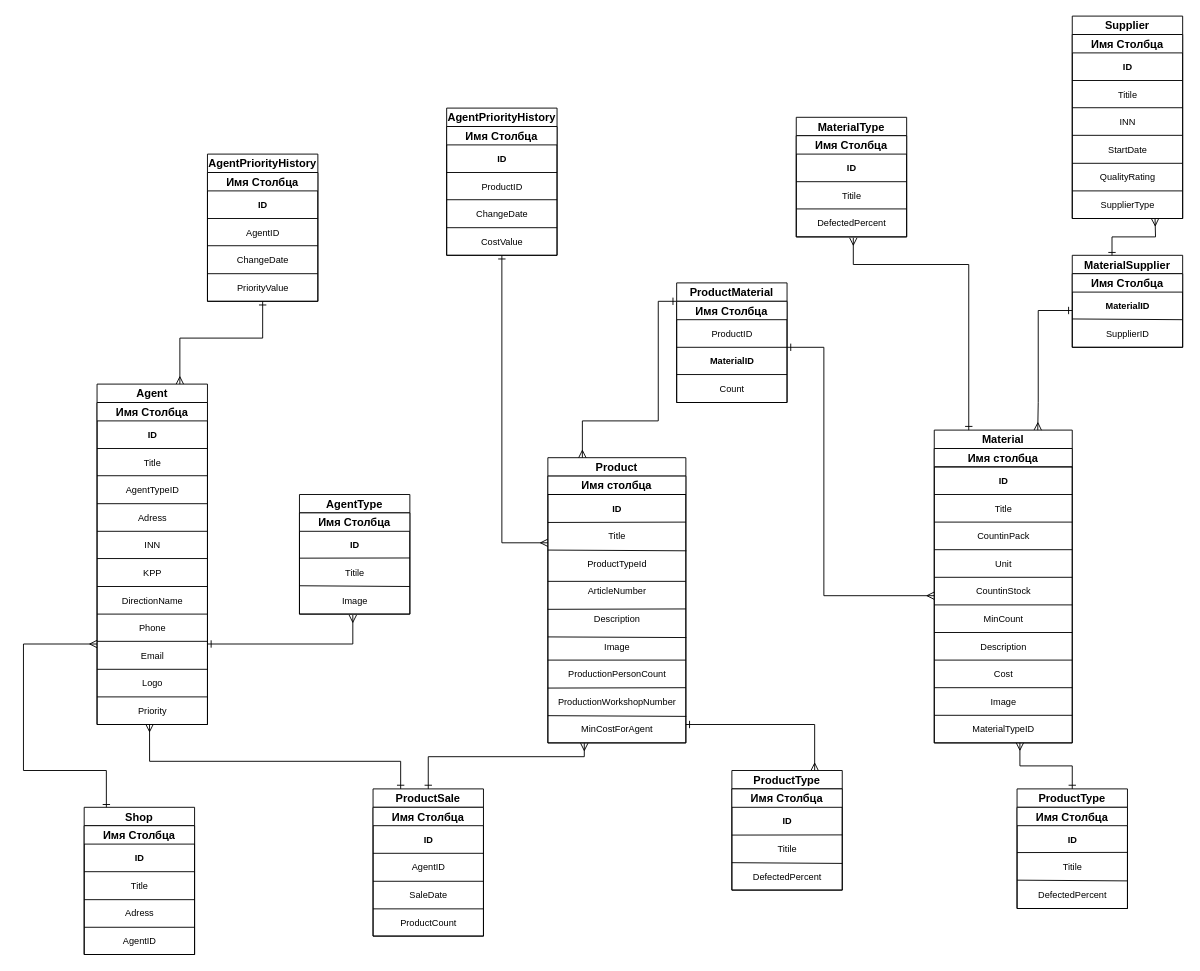
The draw.io diagram ER.drawio in arn1ee/ER-diagramma, before the edit. Source tidied: cells renumbered, new cells numbered last; positions are measured from the earlier drawing's top-left corner, leaving out a move shared by most shapes. Both pictures are drawn from the tidied source at 92%, with x=0, y=0 at pixel (23, 16).
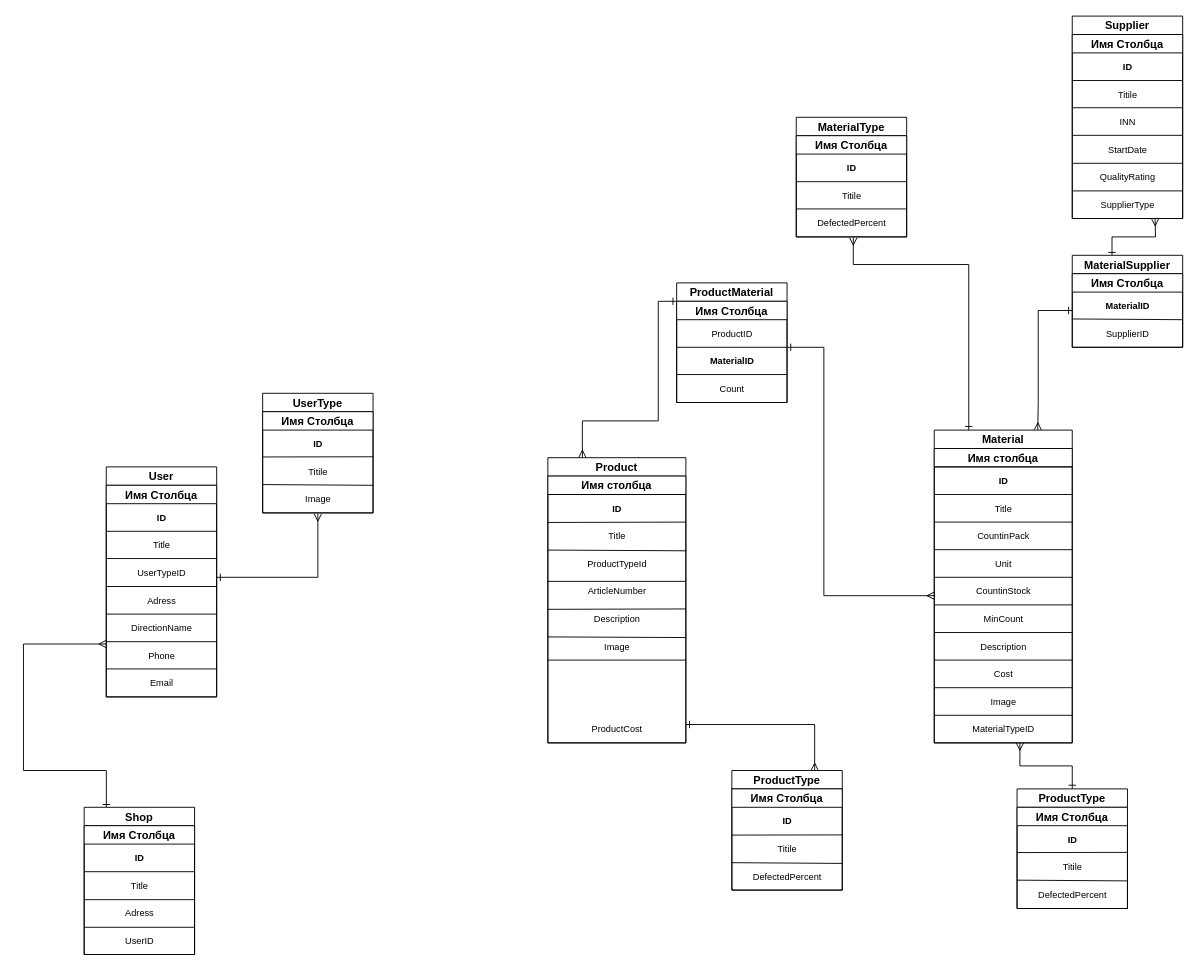
The same page after the edit.

Unchanged cells that the change refers to:
```xml
<mxCell id="3" value="Имя столбца" style="swimlane;startSize=20;" parent="2" vertex="1">
  <mxGeometry y="20" width="150" height="290" as="geometry" />
</mxCell>
<mxCell id="74" value="Имя Столбца" style="swimlane;startSize=20;" parent="73" vertex="1">
  <mxGeometry y="20" width="120" height="140" as="geometry" />
</mxCell>
<mxCell id="86" value="&lt;font style=&quot;font-size: 10px;&quot;&gt;Image&lt;/font&gt;" style="text;html=1;align=center;verticalAlign=middle;points=[];strokeColor=none;fillColor=none;" parent="83" vertex="1">
  <mxGeometry x="35" y="80" width="50" height="30" as="geometry" />
</mxCell>
```

The edit, as a diff of the source:
```diff
@@
-    <mxCell id="10" value="&lt;font style=&quot;font-size: 10px;&quot;&gt;ProductionPersonCount&lt;/font&gt;" style="text;html=1;align=center;verticalAlign=middle;strokeColor=none;fillColor=none;" parent="3" vertex="1">
-      <mxGeometry x="10" y="200" width="130" height="30" as="geometry" />
-    </mxCell>
-    <mxCell id="11" value="&lt;font style=&quot;font-size: 10px;&quot;&gt;ProductionWorkshopNumber&lt;/font&gt;" style="text;html=1;align=center;verticalAlign=middle;points=[];strokeColor=none;fillColor=none;" parent="3" vertex="1">
-      <mxGeometry y="230" width="150" height="30" as="geometry" />
-    </mxCell>
-    <mxCell id="12" value="&lt;font style=&quot;font-size: 10px;&quot;&gt;MinCostForAgent&lt;/font&gt;" style="text;html=1;align=center;verticalAlign=middle;points=[];strokeColor=none;fillColor=none;" parent="3" vertex="1">
-      <mxGeometry x="25" y="260" width="100" height="30" as="geometry" />
+    <mxCell id="12" value="&lt;span style=&quot;font-size: 10px;&quot;&gt;ProductCost&lt;/span&gt;" style="text;html=1;align=center;verticalAlign=middle;points=[];strokeColor=none;fillColor=none;" parent="3" vertex="1">
+      <mxGeometry x="35" y="260" width="80" height="30" as="geometry" />
     </mxCell>
-    <mxCell id="13" style="endArrow=none;html=1;rounded=0;" parent="3" edge="1">
-      <mxGeometry relative="1" as="geometry">
-        <mxPoint y="230.4" as="sourcePoint" />
-        <mxPoint x="150" y="230" as="targetPoint" />
-      </mxGeometry>
-    </mxCell>
@@
-    <mxCell id="15" style="endArrow=none;html=1;rounded=0;entryX=1.003;entryY=1.039;entryDx=0;entryDy=0;entryPerimeter=0;" parent="3" edge="1" target="11">
-      <mxGeometry relative="1" as="geometry">
-        <mxPoint y="260.4" as="sourcePoint" />
-      </mxGeometry>
-    </mxCell>
@@
-    <mxCell id="38" style="edgeStyle=orthogonalEdgeStyle;rounded=0;jettySize=auto;html=1;exitX=0.5;exitY=0;exitDx=0;exitDy=0;entryX=0.146;entryY=1.011;entryDx=0;entryDy=0;entryPerimeter=0;startArrow=ERone;startFill=0;endArrow=ERmany;endFill=0;" parent="1" edge="1" source="40" target="12">
-      <mxGeometry relative="1" as="geometry">
-        <Array as="points">
-          <mxPoint x="440" y="805" />
-          <mxPoint x="610" y="805" />
-        </Array>
-      </mxGeometry>
-    </mxCell>
-    <mxCell id="39" style="edgeStyle=orthogonalEdgeStyle;rounded=0;jettySize=auto;html=1;exitX=0.25;exitY=0;exitDx=0;exitDy=0;entryX=0.441;entryY=0.994;entryDx=0;entryDy=0;startArrow=ERone;startFill=0;endArrow=ERmany;endFill=0;entryPerimeter=0;" parent="1" edge="1" source="40" target="61">
-      <mxGeometry relative="1" as="geometry">
-        <Array as="points">
-          <mxPoint x="410" y="810" />
-          <mxPoint x="137" y="810" />
-        </Array>
-      </mxGeometry>
-    </mxCell>
-    <mxCell id="40" value="ProductSale" style="swimlane;startSize=20;" parent="1" vertex="1">
-      <mxGeometry x="380" y="840" width="120" height="160" as="geometry" />
-    </mxCell>
-    <mxCell id="41" value="Имя Столбца" style="swimlane;startSize=20;" parent="40" vertex="1">
-      <mxGeometry y="20" width="120" height="140" as="geometry" />
-    </mxCell>
-    <mxCell id="42" value="&lt;font style=&quot;font-size: 10px;&quot;&gt;&lt;b&gt;ID&lt;/b&gt;&lt;/font&gt;" style="text;html=1;align=center;verticalAlign=middle;strokeColor=none;fillColor=none;" parent="41" vertex="1">
-      <mxGeometry x="45" y="20" width="30" height="30" as="geometry" />
-    </mxCell>
-    <mxCell id="43" value="&lt;font style=&quot;font-size: 10px;&quot;&gt;AgentID&lt;/font&gt;" style="text;html=1;align=center;verticalAlign=middle;strokeColor=none;fillColor=none;" parent="41" vertex="1">
-      <mxGeometry x="30" y="50" width="60" height="30" as="geometry" />
-    </mxCell>
-    <mxCell id="44" value="&lt;font style=&quot;font-size: 10px;&quot;&gt;SaleDate&lt;/font&gt;" style="text;html=1;align=center;verticalAlign=middle;strokeColor=none;fillColor=none;" parent="41" vertex="1">
-      <mxGeometry x="30" y="80" width="60" height="30" as="geometry" />
-    </mxCell>
-    <mxCell id="45" value="&lt;font style=&quot;font-size: 10px;&quot;&gt;ProductCount&lt;/font&gt;" style="text;html=1;align=center;verticalAlign=middle;strokeColor=none;fillColor=none;" parent="41" vertex="1">
-      <mxGeometry x="20" y="110" width="80" height="30" as="geometry" />
-    </mxCell>
-    <mxCell id="46" style="endArrow=none;html=1;rounded=0;" parent="41" edge="1">
-      <mxGeometry relative="1" as="geometry">
-        <mxPoint y="80.4" as="sourcePoint" />
-        <mxPoint x="120" y="80.4" as="targetPoint" />
-      </mxGeometry>
-    </mxCell>
-    <mxCell id="47" style="endArrow=none;html=1;rounded=0;" parent="41" edge="1">
-      <mxGeometry relative="1" as="geometry">
-        <mxPoint y="50" as="sourcePoint" />
-        <mxPoint x="120" y="50" as="targetPoint" />
-      </mxGeometry>
-    </mxCell>
-    <mxCell id="48" style="endArrow=none;html=1;rounded=0;" parent="41" edge="1">
-      <mxGeometry relative="1" as="geometry">
-        <mxPoint y="110.4" as="sourcePoint" />
-        <mxPoint x="120" y="110.4" as="targetPoint" />
-      </mxGeometry>
-    </mxCell>
-    <mxCell id="49" value="Agent" style="swimlane;startSize=20;" parent="1" vertex="1">
-      <mxGeometry x="80" y="400" width="120" height="370" as="geometry" />
+    <mxCell id="49" value="User" style="swimlane;startSize=20;" parent="1" vertex="1">
+      <mxGeometry x="90" y="490" width="120" height="250" as="geometry" />
     </mxCell>
     <mxCell id="50" value="Имя Столбца" style="swimlane;startSize=20;" parent="49" vertex="1">
-      <mxGeometry y="20" width="120" height="350" as="geometry" />
+      <mxGeometry y="20" width="120" height="230" as="geometry" />
     </mxCell>
@@
-    <mxCell id="53" value="&lt;font style=&quot;font-size: 10px;&quot;&gt;AgentTypeID&lt;/font&gt;" style="text;html=1;align=center;verticalAlign=middle;strokeColor=none;fillColor=none;" parent="50" vertex="1">
+    <mxCell id="53" value="&lt;font style=&quot;font-size: 10px;&quot;&gt;UserTypeID&lt;/font&gt;" style="text;html=1;align=center;verticalAlign=middle;strokeColor=none;fillColor=none;" parent="50" vertex="1">
       <mxGeometry x="20" y="80" width="80" height="30" as="geometry" />
     </mxCell>
@@
-    <mxCell id="55" value="&lt;font style=&quot;font-size: 10px;&quot;&gt;INN&lt;/font&gt;" style="text;html=1;align=center;verticalAlign=middle;strokeColor=none;fillColor=none;" parent="50" vertex="1">
-      <mxGeometry x="40" y="140" width="40" height="30" as="geometry" />
-    </mxCell>
-    <mxCell id="56" value="&lt;font style=&quot;font-size: 10px;&quot;&gt;KPP&lt;/font&gt;" style="text;html=1;align=center;verticalAlign=middle;strokeColor=none;fillColor=none;" parent="50" vertex="1">
-      <mxGeometry x="40" y="170" width="40" height="30" as="geometry" />
-    </mxCell>
     <mxCell id="57" value="&lt;font style=&quot;font-size: 10px;&quot;&gt;DirectionName&lt;/font&gt;" style="text;html=1;align=center;verticalAlign=middle;strokeColor=none;fillColor=none;" parent="50" vertex="1">
-      <mxGeometry x="15" y="200" width="90" height="30" as="geometry" />
+      <mxGeometry x="15" y="140" width="90" height="30" as="geometry" />
     </mxCell>
     <mxCell id="58" value="&lt;font style=&quot;font-size: 10px;&quot;&gt;Phone&lt;/font&gt;" style="text;html=1;align=center;verticalAlign=middle;strokeColor=none;fillColor=none;" parent="50" vertex="1">
-      <mxGeometry x="35" y="230" width="50" height="30" as="geometry" />
+      <mxGeometry x="35" y="170" width="50" height="30" as="geometry" />
     </mxCell>
     <mxCell id="59" value="&lt;font style=&quot;font-size: 10px;&quot;&gt;Email&lt;/font&gt;" style="text;html=1;align=center;verticalAlign=middle;strokeColor=none;fillColor=none;" parent="50" vertex="1">
-      <mxGeometry x="35" y="260" width="50" height="30" as="geometry" />
+      <mxGeometry x="35" y="200" width="50" height="30" as="geometry" />
     </mxCell>
-    <mxCell id="60" value="&lt;font style=&quot;font-size: 10px;&quot;&gt;Logo&lt;/font&gt;" style="text;html=1;align=center;verticalAlign=middle;strokeColor=none;fillColor=none;" parent="50" vertex="1">
-      <mxGeometry x="35" y="290" width="50" height="30" as="geometry" />
-    </mxCell>
-    <mxCell id="61" value="&lt;font style=&quot;font-size: 10px;&quot;&gt;Priority&lt;/font&gt;" style="text;html=1;align=center;verticalAlign=middle;points=[];strokeColor=none;fillColor=none;" parent="50" vertex="1">
-      <mxGeometry x="35" y="320" width="50" height="30" as="geometry" />
-    </mxCell>
@@
-    <mxCell id="65" style="endArrow=none;html=1;rounded=0;" parent="50" edge="1">
-      <mxGeometry relative="1" as="geometry">
-        <mxPoint y="200" as="sourcePoint" />
-        <mxPoint x="120" y="200" as="targetPoint" />
-      </mxGeometry>
-    </mxCell>
-    <mxCell id="66" style="endArrow=none;html=1;rounded=0;" parent="50" edge="1">
-      <mxGeometry relative="1" as="geometry">
-        <mxPoint y="169.6" as="sourcePoint" />
-        <mxPoint x="120" y="169.6" as="targetPoint" />
-      </mxGeometry>
-    </mxCell>
@@
-    <mxCell id="68" style="endArrow=none;html=1;rounded=0;" parent="50" edge="1">
-      <mxGeometry relative="1" as="geometry">
-        <mxPoint y="290" as="sourcePoint" />
-        <mxPoint x="120" y="290" as="targetPoint" />
-      </mxGeometry>
-    </mxCell>
     <mxCell id="69" style="endArrow=none;html=1;rounded=0;" parent="50" edge="1">
       <mxGeometry relative="1" as="geometry">
-        <mxPoint y="259.6" as="sourcePoint" />
-        <mxPoint x="120" y="259.6" as="targetPoint" />
+        <mxPoint y="199.6" as="sourcePoint" />
+        <mxPoint x="120" y="199.6" as="targetPoint" />
       </mxGeometry>
     </mxCell>
     <mxCell id="70" style="endArrow=none;html=1;rounded=0;" parent="50" edge="1">
       <mxGeometry relative="1" as="geometry">
-        <mxPoint y="230" as="sourcePoint" />
-        <mxPoint x="120" y="230" as="targetPoint" />
+        <mxPoint y="170" as="sourcePoint" />
+        <mxPoint x="120" y="170" as="targetPoint" />
       </mxGeometry>
     </mxCell>
-    <mxCell id="71" style="endArrow=none;html=1;rounded=0;" parent="50" edge="1">
-      <mxGeometry relative="1" as="geometry">
-        <mxPoint y="320" as="sourcePoint" />
-        <mxPoint x="120" y="320" as="targetPoint" />
-      </mxGeometry>
-    </mxCell>
@@
-    <mxCell id="78" value="&lt;font style=&quot;font-size: 10px;&quot;&gt;AgentID&lt;/font&gt;" style="text;html=1;align=center;verticalAlign=middle;strokeColor=none;fillColor=none;" parent="74" vertex="1">
-      <mxGeometry x="30" y="110" width="60" height="30" as="geometry" />
+    <mxCell id="78" value="&lt;font style=&quot;font-size: 10px;&quot;&gt;UserID&lt;/font&gt;" style="text;html=1;align=center;verticalAlign=middle;strokeColor=none;fillColor=none;" parent="74" vertex="1">
+      <mxGeometry x="35" y="110" width="50" height="30" as="geometry" />
     </mxCell>
@@
-    <mxCell id="82" value="AgentType" style="swimlane;startSize=20;" parent="1" vertex="1">
-      <mxGeometry x="300" y="520" width="120" height="130" as="geometry" />
+    <mxCell id="82" value="UserType" style="swimlane;startSize=20;" parent="1" vertex="1">
+      <mxGeometry x="260" y="410" width="120" height="130" as="geometry" />
     </mxCell>
@@
-    <mxCell id="89" style="edgeStyle=orthogonalEdgeStyle;rounded=0;jettySize=auto;html=1;exitX=1;exitY=0.75;exitDx=0;exitDy=0;entryX=0.46;entryY=1.033;entryDx=0;entryDy=0;startArrow=ERone;startFill=0;endArrow=ERmany;endFill=0;entryPerimeter=0;" parent="1" edge="1" source="50" target="86">
+    <mxCell id="89" style="edgeStyle=orthogonalEdgeStyle;rounded=0;orthogonalLoop=1;jettySize=auto;html=1;startArrow=ERone;startFill=0;endArrow=ERmany;endFill=0;" parent="1" edge="1">
       <mxGeometry relative="1" as="geometry">
+        <mxPoint x="210" y="610" as="sourcePoint" />
+        <mxPoint x="320" y="541" as="targetPoint" />
         <Array as="points">
-          <mxPoint x="358" y="682" />
+          <mxPoint x="320" y="610" />
+          <mxPoint x="320" y="541" />
         </Array>
       </mxGeometry>
     </mxCell>
-    <mxCell id="90" value="AgentPriorityHistory" style="swimlane;startSize=20;" parent="1" vertex="1">
-      <mxGeometry x="200" y="150" width="120" height="160" as="geometry" />
-    </mxCell>
-    <mxCell id="91" value="Имя Столбца" style="swimlane;startSize=20;" parent="90" vertex="1">
-      <mxGeometry y="20" width="120" height="140" as="geometry" />
-    </mxCell>
-    <mxCell id="92" value="&lt;font style=&quot;font-size: 10px;&quot;&gt;&lt;b&gt;ID&lt;/b&gt;&lt;/font&gt;" style="text;html=1;align=center;verticalAlign=middle;strokeColor=none;fillColor=none;" parent="91" vertex="1">
-      <mxGeometry x="45" y="20" width="30" height="30" as="geometry" />
-    </mxCell>
-    <mxCell id="93" value="&lt;font style=&quot;font-size: 10px;&quot;&gt;AgentID&lt;/font&gt;" style="text;html=1;align=center;verticalAlign=middle;strokeColor=none;fillColor=none;" parent="91" vertex="1">
-      <mxGeometry x="30" y="50" width="60" height="30" as="geometry" />
-    </mxCell>
-    <mxCell id="94" value="&lt;font style=&quot;font-size: 10px;&quot;&gt;ChangeDate&lt;/font&gt;" style="text;html=1;align=center;verticalAlign=middle;strokeColor=none;fillColor=none;" parent="91" vertex="1">
-      <mxGeometry x="20" y="80" width="80" height="30" as="geometry" />
-    </mxCell>
-    <mxCell id="95" style="endArrow=none;html=1;rounded=0;" parent="91" edge="1">
-      <mxGeometry relative="1" as="geometry">
-        <mxPoint y="110" as="sourcePoint" />
-        <mxPoint x="120" y="110" as="targetPoint" />
-      </mxGeometry>
-    </mxCell>
-    <mxCell id="96" value="&lt;font style=&quot;font-size: 10px;&quot;&gt;PriorityValue&lt;/font&gt;" style="text;html=1;align=center;verticalAlign=middle;strokeColor=none;fillColor=none;" parent="91" vertex="1">
-      <mxGeometry x="20" y="110" width="80" height="30" as="geometry" />
-    </mxCell>
-    <mxCell id="97" style="endArrow=none;html=1;rounded=0;" parent="91" edge="1">
-      <mxGeometry relative="1" as="geometry">
-        <mxPoint y="79.6" as="sourcePoint" />
-        <mxPoint x="120" y="79.6" as="targetPoint" />
-      </mxGeometry>
-    </mxCell>
-    <mxCell id="98" style="endArrow=none;html=1;rounded=0;" parent="91" edge="1">
-      <mxGeometry relative="1" as="geometry">
-        <mxPoint y="50" as="sourcePoint" />
-        <mxPoint x="120" y="50" as="targetPoint" />
-      </mxGeometry>
-    </mxCell>
-    <mxCell id="99" style="edgeStyle=orthogonalEdgeStyle;rounded=0;jettySize=auto;html=1;exitX=0.5;exitY=1;exitDx=0;exitDy=0;entryX=0.75;entryY=0;entryDx=0;entryDy=0;startArrow=ERone;startFill=0;endArrow=ERmany;endFill=0;" parent="1" edge="1" source="91" target="49">
-      <mxGeometry relative="1" as="geometry">
-        <Array as="points">
-          <mxPoint x="260" y="350" />
-          <mxPoint x="170" y="350" />
-        </Array>
-      </mxGeometry>
-    </mxCell>
-    <mxCell id="100" value="AgentPriorityHistory" style="swimlane;startSize=20;" parent="1" vertex="1">
-      <mxGeometry x="460" y="100" width="120" height="160" as="geometry" />
-    </mxCell>
-    <mxCell id="101" value="Имя Столбца" style="swimlane;startSize=20;" parent="100" vertex="1">
-      <mxGeometry y="20" width="120" height="140" as="geometry" />
-    </mxCell>
-    <mxCell id="102" value="&lt;font style=&quot;font-size: 10px;&quot;&gt;&lt;b&gt;ID&lt;/b&gt;&lt;/font&gt;" style="text;html=1;align=center;verticalAlign=middle;strokeColor=none;fillColor=none;" parent="101" vertex="1">
-      <mxGeometry x="45" y="20" width="30" height="30" as="geometry" />
-    </mxCell>
-    <mxCell id="103" value="&lt;font style=&quot;font-size: 10px;&quot;&gt;ProductID&lt;/font&gt;" style="text;html=1;align=center;verticalAlign=middle;strokeColor=none;fillColor=none;" parent="101" vertex="1">
-      <mxGeometry x="25" y="50" width="70" height="30" as="geometry" />
-    </mxCell>
-    <mxCell id="104" value="&lt;font style=&quot;font-size: 10px;&quot;&gt;ChangeDate&lt;/font&gt;" style="text;html=1;align=center;verticalAlign=middle;strokeColor=none;fillColor=none;" parent="101" vertex="1">
-      <mxGeometry x="20" y="80" width="80" height="30" as="geometry" />
-    </mxCell>
-    <mxCell id="105" style="endArrow=none;html=1;rounded=0;" parent="101" edge="1">
-      <mxGeometry relative="1" as="geometry">
-        <mxPoint y="110" as="sourcePoint" />
-        <mxPoint x="120" y="110" as="targetPoint" />
-      </mxGeometry>
-    </mxCell>
-    <mxCell id="106" value="&lt;font style=&quot;font-size: 10px;&quot;&gt;CostValue&lt;/font&gt;" style="text;html=1;align=center;verticalAlign=middle;strokeColor=none;fillColor=none;" parent="101" vertex="1">
-      <mxGeometry x="25" y="110" width="70" height="30" as="geometry" />
-    </mxCell>
-    <mxCell id="107" style="endArrow=none;html=1;rounded=0;" parent="101" edge="1">
-      <mxGeometry relative="1" as="geometry">
-        <mxPoint y="79.6" as="sourcePoint" />
-        <mxPoint x="120" y="79.6" as="targetPoint" />
-      </mxGeometry>
-    </mxCell>
-    <mxCell id="108" style="endArrow=none;html=1;rounded=0;" parent="101" edge="1">
-      <mxGeometry relative="1" as="geometry">
-        <mxPoint y="50" as="sourcePoint" />
-        <mxPoint x="120" y="50" as="targetPoint" />
-      </mxGeometry>
-    </mxCell>
-    <mxCell id="109" style="edgeStyle=orthogonalEdgeStyle;rounded=0;jettySize=auto;html=1;entryX=0;entryY=0.25;entryDx=0;entryDy=0;startArrow=ERone;startFill=0;endArrow=ERmany;endFill=0;" parent="1" edge="1" target="3">
-      <mxGeometry relative="1" as="geometry">
-        <mxPoint x="520" y="260" as="sourcePoint" />
-        <Array as="points">
-          <mxPoint x="520" y="260" />
-          <mxPoint x="520" y="573" />
-        </Array>
-      </mxGeometry>
-    </mxCell>
```
